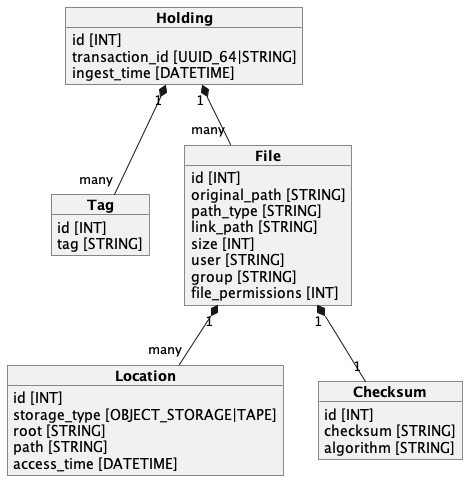
Above: docs/spec/uml/catalog_db.png in cedadev/nlds (PlantUML), before the change.
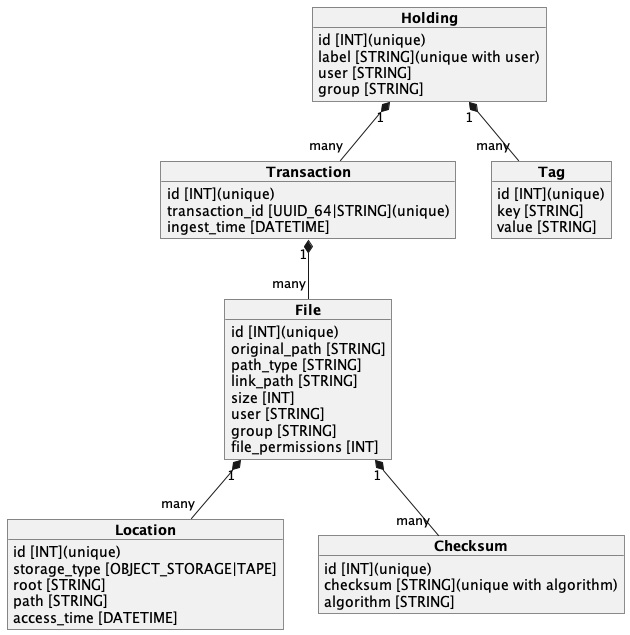
The same diagram one commit later.

Commit message:
Catalog schema

Diff of the diagram source:
```diff
@@ -1,18 +1,26 @@
 @startuml catalog_db
 
 object "**Holding**" as holding {
-    id [INT]
-    transaction_id [UUID_64|STRING]
+    id [INT](unique)
+    label [STRING](unique with user)
+    user [STRING]
+    group [STRING]
+}
+
+object "**Transaction**" as transaction {
+    id [INT](unique)
+    transaction_id [UUID_64|STRING](unique)
     ingest_time [DATETIME]
 }
 
 object "**Tag**" as tag {
-    id [INT]
-    tag [STRING]
+    id [INT](unique)
+    key [STRING]
+    value [STRING]
 }
 
 object "**File**" as file {
-    id [INT]
+    id [INT](unique)
     original_path [STRING]
     path_type [STRING]
     link_path [STRING]
@@ -23,7 +31,7 @@
 }
 
 object "**Location**" as location {
-    id [INT]
+    id [INT](unique)
     storage_type [OBJECT_STORAGE|TAPE]
     root [STRING]
     path [STRING]
@@ -31,13 +39,14 @@
 }
 
 object "**Checksum**" as checksum {
-    id [INT]
-    checksum [STRING]
+    id [INT](unique)
+    checksum [STRING](unique with algorithm)
     algorithm [STRING]
 }
 
-holding "1" *-- "many" file
+transaction "1" *-- "many" file
+holding "1" *-- "many" transaction
 holding "1" *-- "many" tag
 file "1" *-- "many" location
-file "1" *-- "1" checksum
+file "1" *-- "many" checksum
 @enduml
```
